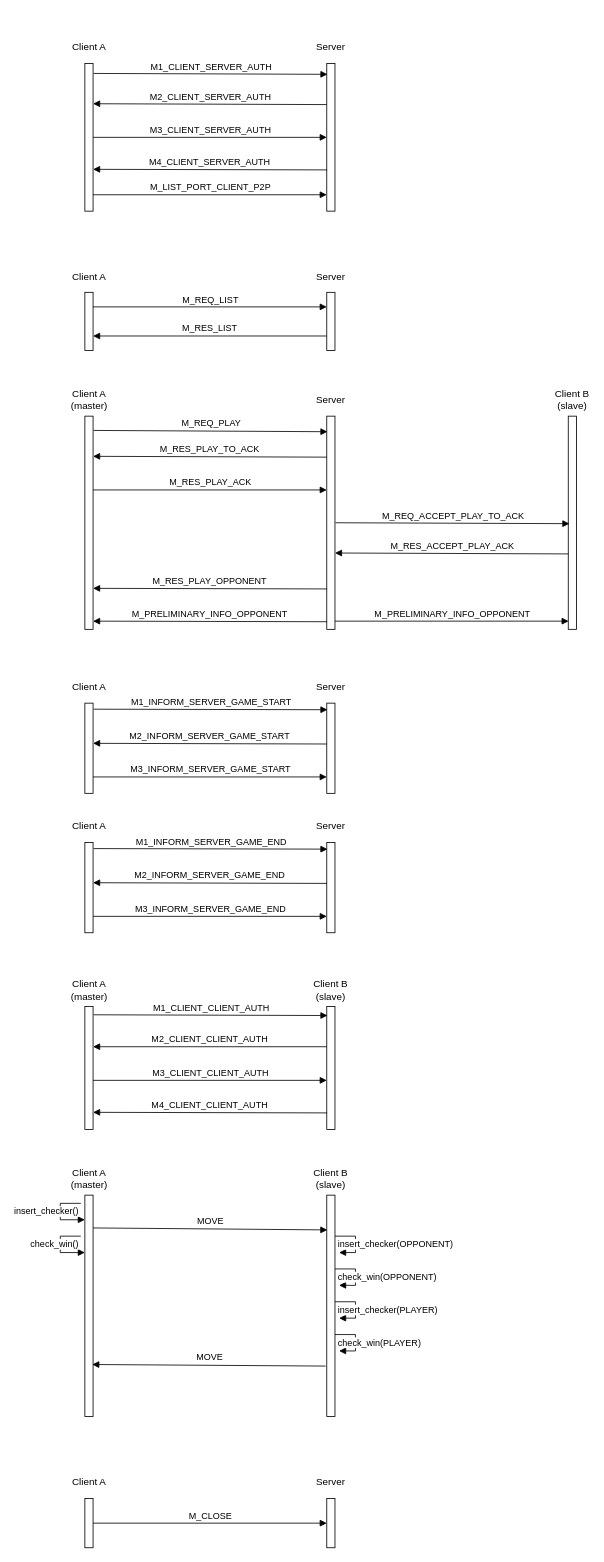
Earlier version of the draw.io diagram documents/protocol_diagrams/protocol_diagrams.drawio (marcopettorali/cybersec). Source tidied: cells renumbered, new cells numbered last; positions are measured from the earlier drawing's top-left corner, leaving out a move shared by most shapes. Both pictures are drawn from the tidied source at 82%, with x=0, y=0 at pixel (60, 39).
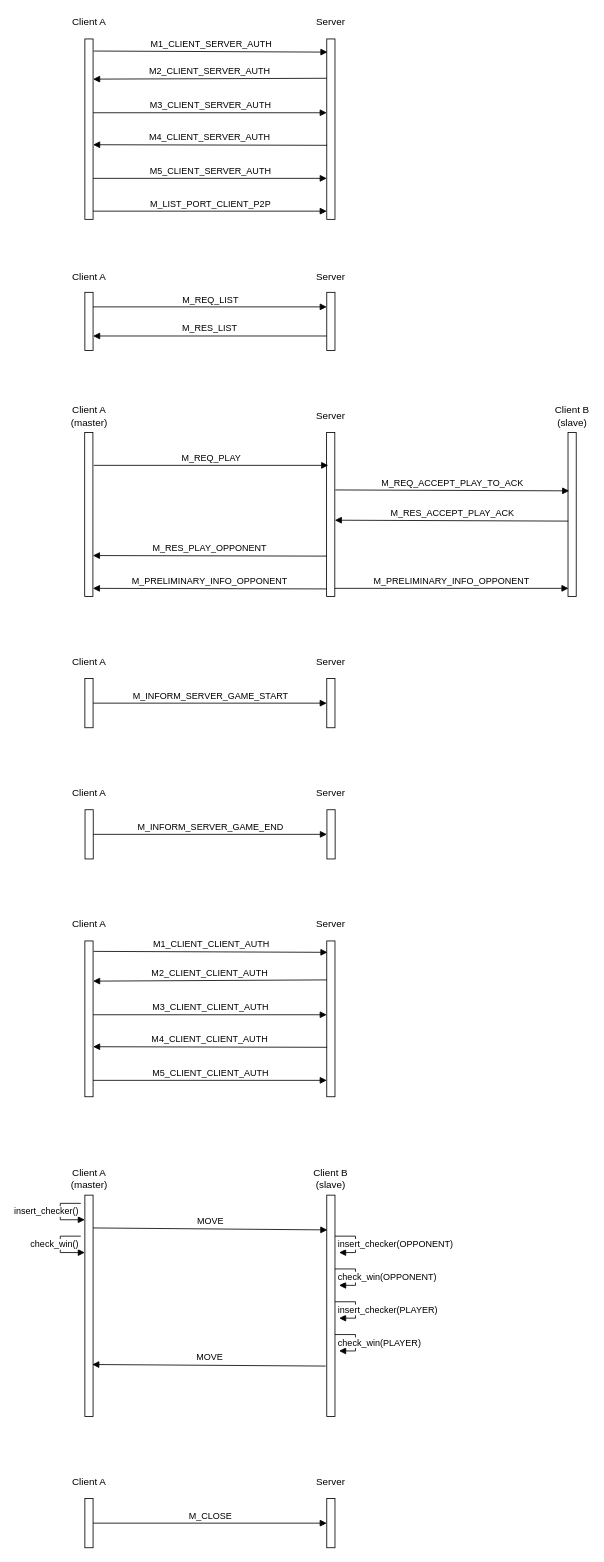
Above is the later version.

Change to the diagram source:
```diff
@@
     <mxCell id="2" style="rounded=0;whiteSpace=wrap;html=1;" parent="1" vertex="1">
-      <mxGeometry x="30" y="30" width="10" height="180" as="geometry" />
+      <mxGeometry x="30" width="10" height="220" as="geometry" />
     </mxCell>
     <mxCell id="3" value="Client A" style="text;html=1;strokeColor=none;fillColor=none;align=center;verticalAlign=middle;whiteSpace=wrap;rounded=0;" parent="1" vertex="1">
-      <mxGeometry x="12.5" width="45" height="20" as="geometry" />
+      <mxGeometry x="12.5" y="-30" width="45" height="20" as="geometry" />
     </mxCell>
     <mxCell id="4" style="rounded=0;whiteSpace=wrap;html=1;" parent="1" vertex="1">
-      <mxGeometry x="325" y="30" width="10" height="180" as="geometry" />
+      <mxGeometry x="325" width="10" height="220" as="geometry" />
     </mxCell>
     <mxCell id="5" value="Server" style="text;html=1;strokeColor=none;fillColor=none;align=center;verticalAlign=middle;whiteSpace=wrap;rounded=0;" parent="1" vertex="1">
-      <mxGeometry x="310" width="40" height="20" as="geometry" />
+      <mxGeometry x="310" y="-30" width="40" height="20" as="geometry" />
     </mxCell>
@@
-    <mxCell id="7" value="M2_CLIENT_SERVER_AUTH" style="html=1;verticalAlign=bottom;endArrow=block;exitX=-0.02;exitY=0.278;exitDx=0;exitDy=0;exitPerimeter=0;" parent="1" edge="1" source="4">
+    <mxCell id="7" value="M2_CLIENT_SERVER_AUTH" style="html=1;verticalAlign=bottom;endArrow=block;exitX=0;exitY=0.218;exitDx=0;exitDy=0;exitPerimeter=0;" parent="1" edge="1" source="4">
       <mxGeometry relative="1" as="geometry">
-        <mxPoint x="40" y="79" as="targetPoint" />
+        <mxPoint x="40" y="49" as="targetPoint" />
       </mxGeometry>
     </mxCell>
     <mxCell id="8" value="M3_CLIENT_SERVER_AUTH" style="html=1;verticalAlign=bottom;endArrow=block;exitX=1;exitY=0.25;exitDx=0;exitDy=0;entryX=0;entryY=0.25;entryDx=0;entryDy=0;" parent="1" edge="1">
       <mxGeometry relative="1" as="geometry">
-        <mxPoint x="40" y="120" as="sourcePoint" />
-        <mxPoint x="325" y="120" as="targetPoint" />
+        <mxPoint x="40" y="90" as="sourcePoint" />
+        <mxPoint x="325" y="90" as="targetPoint" />
       </mxGeometry>
     </mxCell>
     <mxCell id="9" value="M4_CLIENT_SERVER_AUTH" style="html=1;verticalAlign=bottom;endArrow=block;exitX=0.038;exitY=0.374;exitDx=0;exitDy=0;exitPerimeter=0;" parent="1" edge="1">
       <mxGeometry relative="1" as="geometry">
-        <mxPoint x="325.4" y="159.7" as="sourcePoint" />
-        <mxPoint x="40" y="159" as="targetPoint" />
+        <mxPoint x="325.4" y="129.7" as="sourcePoint" />
+        <mxPoint x="40" y="129" as="targetPoint" />
       </mxGeometry>
     </mxCell>
     <mxCell id="10" value="M_LIST_PORT_CLIENT_P2P" style="html=1;verticalAlign=bottom;endArrow=block;exitX=1;exitY=0.25;exitDx=0;exitDy=0;entryX=0;entryY=0.25;entryDx=0;entryDy=0;" parent="1" edge="1">
       <mxGeometry relative="1" as="geometry">
-        <mxPoint x="40" y="190" as="sourcePoint" />
-        <mxPoint x="325" y="190" as="targetPoint" />
+        <mxPoint x="40" y="210" as="sourcePoint" />
+        <mxPoint x="325" y="210" as="targetPoint" />
       </mxGeometry>
     </mxCell>
@@
     <mxCell id="17" style="rounded=0;whiteSpace=wrap;html=1;" parent="1" vertex="1">
-      <mxGeometry x="30" y="460" width="10" height="260" as="geometry" />
+      <mxGeometry x="29.8" y="480" width="10" height="200" as="geometry" />
     </mxCell>
     <mxCell id="18" value="Client A (master)" style="text;html=1;strokeColor=none;fillColor=none;align=center;verticalAlign=middle;whiteSpace=wrap;rounded=0;" parent="1" vertex="1">
-      <mxGeometry x="12.5" y="430" width="45" height="20" as="geometry" />
+      <mxGeometry x="12.5" y="450" width="45" height="20" as="geometry" />
     </mxCell>
     <mxCell id="19" style="rounded=0;whiteSpace=wrap;html=1;" parent="1" vertex="1">
-      <mxGeometry x="325" y="460" width="10" height="260" as="geometry" />
+      <mxGeometry x="324.8" y="480" width="10" height="200" as="geometry" />
     </mxCell>
     <mxCell id="20" value="Server" style="text;html=1;strokeColor=none;fillColor=none;align=center;verticalAlign=middle;whiteSpace=wrap;rounded=0;" parent="1" vertex="1">
-      <mxGeometry x="310" y="430" width="40" height="20" as="geometry" />
+      <mxGeometry x="310" y="450" width="40" height="20" as="geometry" />
     </mxCell>
-    <mxCell id="21" value="M_REQ_PLAY" style="html=1;verticalAlign=bottom;endArrow=block;exitX=1.062;exitY=0.067;exitDx=0;exitDy=0;entryX=0.086;entryY=0.073;entryDx=0;entryDy=0;entryPerimeter=0;exitPerimeter=0;" parent="1" edge="1" source="17" target="19">
+    <mxCell id="21" value="M_REQ_PLAY" style="html=1;verticalAlign=bottom;endArrow=block;exitX=1.1;exitY=0.2;exitDx=0;exitDy=0;entryX=0.2;entryY=0.2;entryDx=0;entryDy=0;entryPerimeter=0;exitPerimeter=0;" parent="1" edge="1" source="17" target="19">
       <mxGeometry relative="1" as="geometry" />
     </mxCell>
-    <mxCell id="22" value="M_RES_PLAY_TO_ACK" style="html=1;verticalAlign=bottom;endArrow=block;" parent="1" edge="1">
-      <mxGeometry relative="1" as="geometry">
-        <mxPoint x="325" y="510" as="sourcePoint" />
-        <mxPoint x="40" y="509" as="targetPoint" />
-      </mxGeometry>
-    </mxCell>
-    <mxCell id="23" value="M_RES_PLAY_ACK" style="html=1;verticalAlign=bottom;endArrow=block;exitX=1;exitY=0.25;exitDx=0;exitDy=0;entryX=0;entryY=0.25;entryDx=0;entryDy=0;" parent="1" edge="1">
-      <mxGeometry relative="1" as="geometry">
-        <mxPoint x="40" y="550" as="sourcePoint" />
-        <mxPoint x="325" y="550" as="targetPoint" />
-      </mxGeometry>
-    </mxCell>
     <mxCell id="24" value="M_RES_PLAY_OPPONENT" style="html=1;verticalAlign=bottom;endArrow=block;exitX=0.038;exitY=0.374;exitDx=0;exitDy=0;exitPerimeter=0;" parent="1" edge="1">
       <mxGeometry relative="1" as="geometry">
-        <mxPoint x="325.4" y="670.7" as="sourcePoint" />
-        <mxPoint x="40" y="670" as="targetPoint" />
+        <mxPoint x="325.1" y="630.7" as="sourcePoint" />
+        <mxPoint x="39.8" y="630" as="targetPoint" />
       </mxGeometry>
     </mxCell>
     <mxCell id="25" value="M_PRELIMINARY_INFO_OPPONENT" style="html=1;verticalAlign=bottom;endArrow=block;exitX=1;exitY=0.25;exitDx=0;exitDy=0;entryX=0;entryY=0.25;entryDx=0;entryDy=0;" parent="1" edge="1">
       <mxGeometry relative="1" as="geometry">
-        <mxPoint x="335" y="710" as="sourcePoint" />
-        <mxPoint x="620" y="710" as="targetPoint" />
+        <mxPoint x="334.8" y="670" as="sourcePoint" />
+        <mxPoint x="619.8" y="670" as="targetPoint" />
       </mxGeometry>
     </mxCell>
     <mxCell id="26" style="rounded=0;whiteSpace=wrap;html=1;" parent="1" vertex="1">
-      <mxGeometry x="619.5" y="460" width="10" height="260" as="geometry" />
+      <mxGeometry x="619.2" y="480" width="10" height="200" as="geometry" />
     </mxCell>
     <mxCell id="27" value="Client B (slave)" style="text;html=1;strokeColor=none;fillColor=none;align=center;verticalAlign=middle;whiteSpace=wrap;rounded=0;" parent="1" vertex="1">
-      <mxGeometry x="602" y="430" width="45" height="20" as="geometry" />
+      <mxGeometry x="602" y="450" width="45" height="20" as="geometry" />
     </mxCell>
     <mxCell id="28" value="M_REQ_ACCEPT_PLAY_TO_ACK" style="html=1;verticalAlign=bottom;endArrow=block;exitX=1.062;exitY=0.067;exitDx=0;exitDy=0;entryX=0.086;entryY=0.073;entryDx=0;entryDy=0;entryPerimeter=0;exitPerimeter=0;" parent="1" edge="1">
       <mxGeometry relative="1" as="geometry">
-        <mxPoint x="335.6" y="590" as="sourcePoint" />
-        <mxPoint x="620.9" y="591.1" as="targetPoint" />
+        <mxPoint x="335.4" y="550" as="sourcePoint" />
+        <mxPoint x="620.6" y="551.1" as="targetPoint" />
       </mxGeometry>
     </mxCell>
     <mxCell id="29" value="M_RES_ACCEPT_PLAY_ACK" style="html=1;verticalAlign=bottom;endArrow=block;exitX=-0.02;exitY=0.278;exitDx=0;exitDy=0;exitPerimeter=0;" parent="1" edge="1">
       <mxGeometry relative="1" as="geometry">
-        <mxPoint x="619.8" y="628" as="sourcePoint" />
-        <mxPoint x="335" y="626.9" as="targetPoint" />
+        <mxPoint x="619.5" y="588" as="sourcePoint" />
+        <mxPoint x="334.8" y="586.9" as="targetPoint" />
       </mxGeometry>
     </mxCell>
     <mxCell id="30" value="M_PRELIMINARY_INFO_OPPONENT" style="html=1;verticalAlign=bottom;endArrow=block;exitX=0.038;exitY=0.374;exitDx=0;exitDy=0;exitPerimeter=0;" parent="1" edge="1">
       <mxGeometry relative="1" as="geometry">
-        <mxPoint x="325.4" y="710.7" as="sourcePoint" />
-        <mxPoint x="40" y="710" as="targetPoint" />
+        <mxPoint x="325.1" y="670.7" as="sourcePoint" />
+        <mxPoint x="39.8" y="670" as="targetPoint" />
       </mxGeometry>
     </mxCell>
-    <mxCell id="31" style="rounded=0;whiteSpace=wrap;html=1;" parent="1" vertex="1">
-      <mxGeometry x="30" y="810" width="10" height="110" as="geometry" />
-    </mxCell>
-    <mxCell id="32" value="Client A" style="text;html=1;strokeColor=none;fillColor=none;align=center;verticalAlign=middle;whiteSpace=wrap;rounded=0;" parent="1" vertex="1">
-      <mxGeometry x="12.5" y="780" width="45" height="20" as="geometry" />
-    </mxCell>
-    <mxCell id="33" style="rounded=0;whiteSpace=wrap;html=1;" parent="1" vertex="1">
-      <mxGeometry x="325" y="810" width="10" height="110" as="geometry" />
-    </mxCell>
-    <mxCell id="34" value="Server" style="text;html=1;strokeColor=none;fillColor=none;align=center;verticalAlign=middle;whiteSpace=wrap;rounded=0;" parent="1" vertex="1">
-      <mxGeometry x="310" y="780" width="40" height="20" as="geometry" />
-    </mxCell>
-    <mxCell id="35" value="M1_INFORM_SERVER_GAME_START" style="html=1;verticalAlign=bottom;endArrow=block;exitX=1.062;exitY=0.067;exitDx=0;exitDy=0;entryX=0.086;entryY=0.073;entryDx=0;entryDy=0;entryPerimeter=0;exitPerimeter=0;" parent="1" edge="1" source="31" target="33">
-      <mxGeometry relative="1" as="geometry" />
-    </mxCell>
-    <mxCell id="36" value="M2_INFORM_SERVER_GAME_START" style="html=1;verticalAlign=bottom;endArrow=block;exitX=0.014;exitY=0.453;exitDx=0;exitDy=0;exitPerimeter=0;" parent="1" edge="1" source="33">
-      <mxGeometry relative="1" as="geometry">
-        <mxPoint x="40" y="859" as="targetPoint" />
-      </mxGeometry>
-    </mxCell>
-    <mxCell id="37" value="M3_INFORM_SERVER_GAME_START" style="html=1;verticalAlign=bottom;endArrow=block;exitX=1;exitY=0.25;exitDx=0;exitDy=0;entryX=0;entryY=0.25;entryDx=0;entryDy=0;" parent="1" edge="1">
-      <mxGeometry relative="1" as="geometry">
-        <mxPoint x="40" y="900" as="sourcePoint" />
-        <mxPoint x="325" y="900" as="targetPoint" />
-      </mxGeometry>
-    </mxCell>
-    <mxCell id="38" style="rounded=0;whiteSpace=wrap;html=1;" parent="1" vertex="1">
-      <mxGeometry x="30" y="980" width="10" height="110" as="geometry" />
-    </mxCell>
-    <mxCell id="39" value="Client A" style="text;html=1;strokeColor=none;fillColor=none;align=center;verticalAlign=middle;whiteSpace=wrap;rounded=0;" parent="1" vertex="1">
-      <mxGeometry x="12.5" y="950" width="45" height="20" as="geometry" />
-    </mxCell>
-    <mxCell id="40" style="rounded=0;whiteSpace=wrap;html=1;" parent="1" vertex="1">
-      <mxGeometry x="325" y="980" width="10" height="110" as="geometry" />
-    </mxCell>
-    <mxCell id="41" value="Server" style="text;html=1;strokeColor=none;fillColor=none;align=center;verticalAlign=middle;whiteSpace=wrap;rounded=0;" parent="1" vertex="1">
-      <mxGeometry x="310" y="950" width="40" height="20" as="geometry" />
-    </mxCell>
-    <mxCell id="42" value="M1_INFORM_SERVER_GAME_END" style="html=1;verticalAlign=bottom;endArrow=block;exitX=1.062;exitY=0.067;exitDx=0;exitDy=0;entryX=0.086;entryY=0.073;entryDx=0;entryDy=0;entryPerimeter=0;exitPerimeter=0;" parent="1" edge="1" source="38" target="40">
-      <mxGeometry relative="1" as="geometry" />
-    </mxCell>
-    <mxCell id="43" value="M2_INFORM_SERVER_GAME_END" style="html=1;verticalAlign=bottom;endArrow=block;exitX=0.014;exitY=0.453;exitDx=0;exitDy=0;exitPerimeter=0;" parent="1" edge="1" source="40">
-      <mxGeometry relative="1" as="geometry">
-        <mxPoint x="40" y="1029" as="targetPoint" />
-      </mxGeometry>
-    </mxCell>
-    <mxCell id="44" value="M3_INFORM_SERVER_GAME_END" style="html=1;verticalAlign=bottom;endArrow=block;exitX=1;exitY=0.25;exitDx=0;exitDy=0;entryX=0;entryY=0.25;entryDx=0;entryDy=0;" parent="1" edge="1">
-      <mxGeometry relative="1" as="geometry">
-        <mxPoint x="40" y="1070" as="sourcePoint" />
-        <mxPoint x="325" y="1070" as="targetPoint" />
-      </mxGeometry>
-    </mxCell>
-    <mxCell id="45" style="rounded=0;whiteSpace=wrap;html=1;" parent="1" vertex="1">
-      <mxGeometry x="30" y="1180" width="10" height="150" as="geometry" />
-    </mxCell>
-    <mxCell id="46" value="Client A (master)" style="text;html=1;strokeColor=none;fillColor=none;align=center;verticalAlign=middle;whiteSpace=wrap;rounded=0;" parent="1" vertex="1">
-      <mxGeometry x="12.5" y="1150" width="45" height="20" as="geometry" />
-    </mxCell>
-    <mxCell id="47" style="rounded=0;whiteSpace=wrap;html=1;" parent="1" vertex="1">
-      <mxGeometry x="325" y="1180" width="10" height="150" as="geometry" />
-    </mxCell>
-    <mxCell id="48" value="Client B (slave)" style="text;html=1;strokeColor=none;fillColor=none;align=center;verticalAlign=middle;whiteSpace=wrap;rounded=0;" parent="1" vertex="1">
-      <mxGeometry x="305" y="1150" width="50" height="20" as="geometry" />
-    </mxCell>
-    <mxCell id="49" value="M1_CLIENT_CLIENT_AUTH" style="html=1;verticalAlign=bottom;endArrow=block;exitX=1.062;exitY=0.067;exitDx=0;exitDy=0;entryX=0.086;entryY=0.073;entryDx=0;entryDy=0;entryPerimeter=0;exitPerimeter=0;" parent="1" edge="1" source="45" target="47">
-      <mxGeometry relative="1" as="geometry" />
-    </mxCell>
-    <mxCell id="50" value="M2_CLIENT_CLIENT_AUTH" style="html=1;verticalAlign=bottom;endArrow=block;" parent="1" edge="1">
-      <mxGeometry relative="1" as="geometry">
-        <mxPoint x="325" y="1229" as="sourcePoint" />
-        <mxPoint x="40" y="1229" as="targetPoint" />
-      </mxGeometry>
-    </mxCell>
-    <mxCell id="51" value="M3_CLIENT_CLIENT_AUTH" style="html=1;verticalAlign=bottom;endArrow=block;exitX=1;exitY=0.25;exitDx=0;exitDy=0;entryX=0;entryY=0.25;entryDx=0;entryDy=0;" parent="1" edge="1">
-      <mxGeometry relative="1" as="geometry">
-        <mxPoint x="40" y="1270" as="sourcePoint" />
-        <mxPoint x="325" y="1270" as="targetPoint" />
-      </mxGeometry>
-    </mxCell>
-    <mxCell id="52" value="M4_CLIENT_CLIENT_AUTH" style="html=1;verticalAlign=bottom;endArrow=block;exitX=0.038;exitY=0.374;exitDx=0;exitDy=0;exitPerimeter=0;" parent="1" edge="1">
-      <mxGeometry relative="1" as="geometry">
-        <mxPoint x="325.4" y="1309.7" as="sourcePoint" />
-        <mxPoint x="40" y="1309" as="targetPoint" />
-      </mxGeometry>
-    </mxCell>
@@
+    <mxCell id="70" value="M5_CLIENT_SERVER_AUTH" style="html=1;verticalAlign=bottom;endArrow=block;exitX=1;exitY=0.25;exitDx=0;exitDy=0;entryX=0;entryY=0.25;entryDx=0;entryDy=0;" parent="1" edge="1">
+      <mxGeometry relative="1" as="geometry">
+        <mxPoint x="40" y="170" as="sourcePoint" />
+        <mxPoint x="325" y="170" as="targetPoint" />
+      </mxGeometry>
+    </mxCell>
+    <mxCell id="71" style="rounded=0;whiteSpace=wrap;html=1;" parent="1" vertex="1">
+      <mxGeometry x="30" y="1100" width="10" height="190" as="geometry" />
+    </mxCell>
+    <mxCell id="72" value="Client A" style="text;html=1;strokeColor=none;fillColor=none;align=center;verticalAlign=middle;whiteSpace=wrap;rounded=0;" parent="1" vertex="1">
+      <mxGeometry x="12.5" y="1070" width="45" height="20" as="geometry" />
+    </mxCell>
+    <mxCell id="73" style="rounded=0;whiteSpace=wrap;html=1;" parent="1" vertex="1">
+      <mxGeometry x="325" y="1100" width="10" height="190" as="geometry" />
+    </mxCell>
+    <mxCell id="74" value="Server" style="text;html=1;strokeColor=none;fillColor=none;align=center;verticalAlign=middle;whiteSpace=wrap;rounded=0;" parent="1" vertex="1">
+      <mxGeometry x="310" y="1070" width="40" height="20" as="geometry" />
+    </mxCell>
+    <mxCell id="49" value="M1_CLIENT_CLIENT_AUTH" style="html=1;verticalAlign=bottom;endArrow=block;exitX=1.062;exitY=0.067;exitDx=0;exitDy=0;entryX=0.086;entryY=0.073;entryDx=0;entryDy=0;entryPerimeter=0;exitPerimeter=0;" parent="1" edge="1" source="71" target="73">
+      <mxGeometry relative="1" as="geometry" />
+    </mxCell>
+    <mxCell id="50" value="M2_CLIENT_CLIENT_AUTH" style="html=1;verticalAlign=bottom;endArrow=block;exitX=0;exitY=0.25;exitDx=0;exitDy=0;" parent="1" edge="1" source="73">
+      <mxGeometry relative="1" as="geometry">
+        <mxPoint x="40" y="1149" as="targetPoint" />
+      </mxGeometry>
+    </mxCell>
+    <mxCell id="51" value="M3_CLIENT_CLIENT_AUTH" style="html=1;verticalAlign=bottom;endArrow=block;exitX=1;exitY=0.25;exitDx=0;exitDy=0;entryX=0;entryY=0.25;entryDx=0;entryDy=0;" parent="1" edge="1">
+      <mxGeometry relative="1" as="geometry">
+        <mxPoint x="40" y="1190" as="sourcePoint" />
+        <mxPoint x="325" y="1190" as="targetPoint" />
+      </mxGeometry>
+    </mxCell>
+    <mxCell id="52" value="M4_CLIENT_CLIENT_AUTH" style="html=1;verticalAlign=bottom;endArrow=block;exitX=0.038;exitY=0.374;exitDx=0;exitDy=0;exitPerimeter=0;" parent="1" edge="1">
+      <mxGeometry relative="1" as="geometry">
+        <mxPoint x="325.4" y="1229.7" as="sourcePoint" />
+        <mxPoint x="40" y="1229" as="targetPoint" />
+      </mxGeometry>
+    </mxCell>
+    <mxCell id="75" value="M5_CLIENT_CLIENT_AUTH" style="html=1;verticalAlign=bottom;endArrow=block;exitX=1;exitY=0.25;exitDx=0;exitDy=0;entryX=0;entryY=0.25;entryDx=0;entryDy=0;" parent="1" edge="1">
+      <mxGeometry relative="1" as="geometry">
+        <mxPoint x="40" y="1270" as="sourcePoint" />
+        <mxPoint x="325" y="1270" as="targetPoint" />
+      </mxGeometry>
+    </mxCell>
+    <mxCell id="76" style="rounded=0;whiteSpace=wrap;html=1;" parent="1" vertex="1">
+      <mxGeometry x="30" y="780" width="10" height="60" as="geometry" />
+    </mxCell>
+    <mxCell id="77" value="Client A" style="text;html=1;strokeColor=none;fillColor=none;align=center;verticalAlign=middle;whiteSpace=wrap;rounded=0;" parent="1" vertex="1">
+      <mxGeometry x="12.5" y="750" width="45" height="20" as="geometry" />
+    </mxCell>
+    <mxCell id="78" style="rounded=0;whiteSpace=wrap;html=1;" parent="1" vertex="1">
+      <mxGeometry x="325" y="780" width="10" height="60" as="geometry" />
+    </mxCell>
+    <mxCell id="79" value="Server" style="text;html=1;strokeColor=none;fillColor=none;align=center;verticalAlign=middle;whiteSpace=wrap;rounded=0;" parent="1" vertex="1">
+      <mxGeometry x="310" y="750" width="40" height="20" as="geometry" />
+    </mxCell>
+    <mxCell id="80" value="M_INFORM_SERVER_GAME_START" style="html=1;verticalAlign=bottom;endArrow=block;exitX=1;exitY=0.5;exitDx=0;exitDy=0;entryX=0;entryY=0.5;entryDx=0;entryDy=0;" parent="1" edge="1" source="76" target="78">
+      <mxGeometry relative="1" as="geometry" />
+    </mxCell>
+    <mxCell id="81" style="rounded=0;whiteSpace=wrap;html=1;" parent="1" vertex="1">
+      <mxGeometry x="30.2" y="940" width="10" height="60" as="geometry" />
+    </mxCell>
+    <mxCell id="82" value="Client A" style="text;html=1;strokeColor=none;fillColor=none;align=center;verticalAlign=middle;whiteSpace=wrap;rounded=0;" parent="1" vertex="1">
+      <mxGeometry x="12.8" y="910" width="45" height="20" as="geometry" />
+    </mxCell>
+    <mxCell id="83" style="rounded=0;whiteSpace=wrap;html=1;" parent="1" vertex="1">
+      <mxGeometry x="325.2" y="940" width="10" height="60" as="geometry" />
+    </mxCell>
+    <mxCell id="84" value="Server" style="text;html=1;strokeColor=none;fillColor=none;align=center;verticalAlign=middle;whiteSpace=wrap;rounded=0;" parent="1" vertex="1">
+      <mxGeometry x="310.2" y="910" width="40" height="20" as="geometry" />
+    </mxCell>
+    <mxCell id="85" value="M_INFORM_SERVER_GAME_END" style="html=1;verticalAlign=bottom;endArrow=block;exitX=1;exitY=0.5;exitDx=0;exitDy=0;entryX=0;entryY=0.5;entryDx=0;entryDy=0;" parent="1" edge="1" source="81" target="83">
+      <mxGeometry relative="1" as="geometry" />
+    </mxCell>
```
